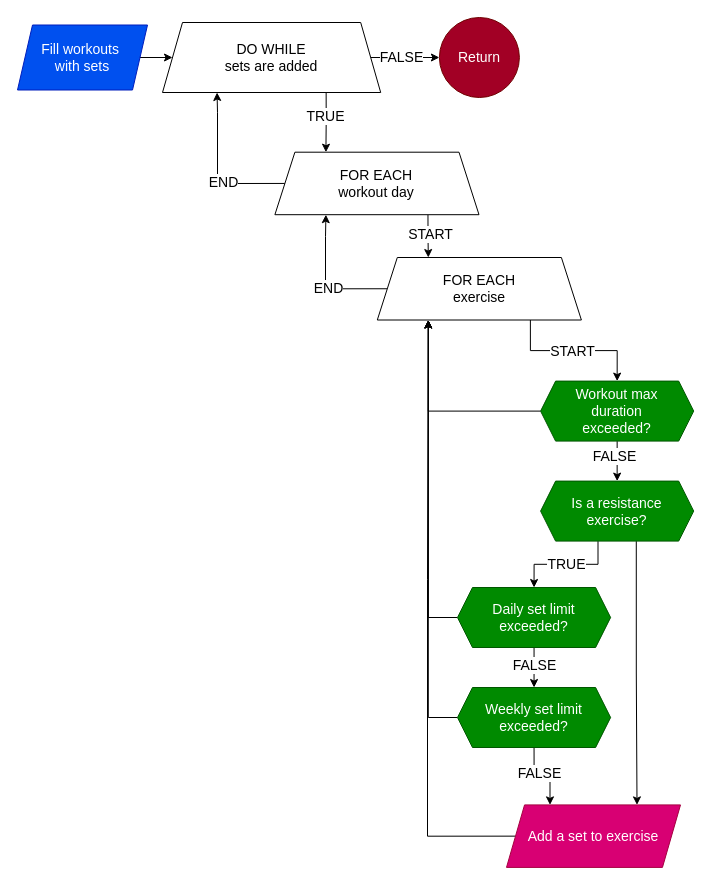
The draw.io diagram page "Fill with sets" (7 of 7) of Main/workouts.drawio in Katrine123/P1-project, before the edit. Source tidied: cells renumbered, new cells numbered last; positions are measured from the earlier drawing's top-left corner, leaving out a move shared by most shapes. Both pictures are drawn from the tidied source at 100%, with x=0, y=0 at pixel (17, 17).
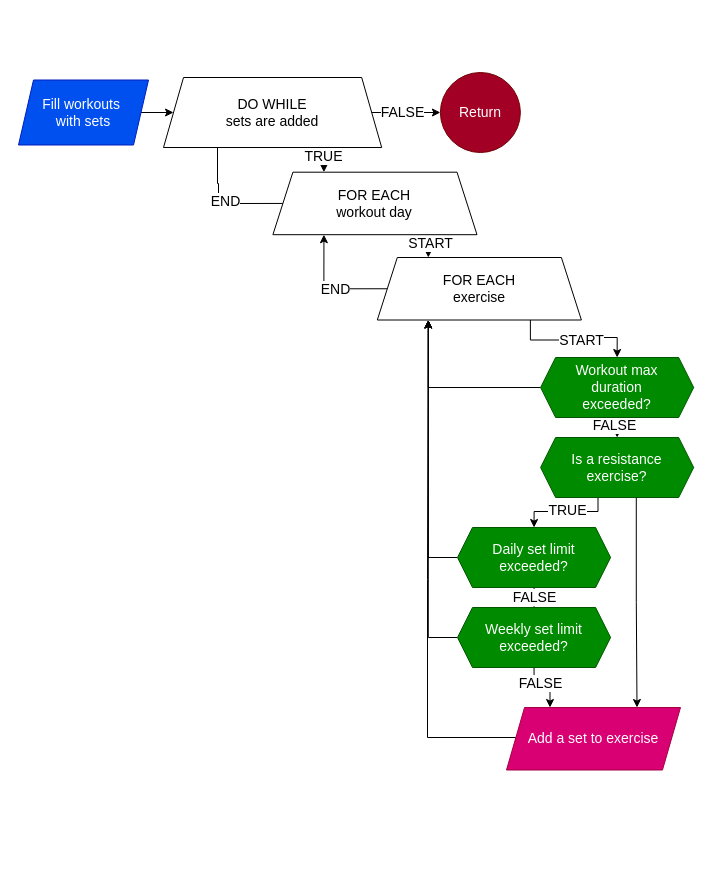
After the change.

Unchanged cells that the change refers to:
```xml
<mxCell id="9" style="edgeStyle=orthogonalEdgeStyle;rounded=0;jettySize=auto;html=1;exitX=0.75;exitY=1;exitDx=0;exitDy=0;fontFamily=lexend light;fontSize=14;fontColor=default;entryX=0.5;entryY=0;entryDx=0;entryDy=0;" parent="1" edge="1" source="13" target="36">
  <mxGeometry relative="1" as="geometry" />
</mxCell>
<mxCell id="13" value="FOR EACH&lt;div&gt;exercise&lt;/div&gt;" style="whiteSpace=wrap;html=1;fontFamily=lexend light;fontSize=14;spacingBottom=0;spacingLeft=15;spacingRight=15;shape=trapezoid;perimeter=trapezoidPerimeter;fixedSize=1;" parent="1" vertex="1">
  <mxGeometry x="359.8" y="240" width="204.1" height="62.5" as="geometry" />
</mxCell>
<mxCell id="19" style="edgeStyle=orthogonalEdgeStyle;rounded=0;jettySize=auto;html=1;exitX=0.5;exitY=1;exitDx=0;exitDy=0;entryX=0.25;entryY=0;entryDx=0;entryDy=0;fontFamily=lexend light;fontSize=14;fontColor=default;" parent="1" edge="1" source="21" target="37">
  <mxGeometry relative="1" as="geometry" />
</mxCell>
<mxCell id="24" style="edgeStyle=orthogonalEdgeStyle;rounded=0;jettySize=auto;html=1;exitX=0.75;exitY=1;exitDx=0;exitDy=0;entryX=0.25;entryY=0;entryDx=0;entryDy=0;fontFamily=lexend light;fontSize=14;fontColor=default;" parent="1" edge="1" source="28" target="8">
  <mxGeometry relative="1" as="geometry" />
</mxCell>
```

Change to the diagram source:
```diff
@@
     <mxCell id="3" value="Fill workouts&amp;nbsp;&lt;div&gt;with sets&lt;/div&gt;" style="whiteSpace=wrap;html=1;shape=parallelogram;boundedLbl=1;backgroundOutline=1;size=15;fillColor=#0050ef;fontColor=#ffffff;strokeColor=#001DBC;fontFamily=lexend light;fontSize=14;fixedSize=1;perimeter=parallelogramPerimeter;" parent="1" vertex="1">
-      <mxGeometry y="7.5" width="130" height="65" as="geometry" />
+      <mxGeometry x="1" y="62.5" width="130" height="65" as="geometry" />
     </mxCell>
@@
     <mxCell id="6" style="edgeStyle=orthogonalEdgeStyle;rounded=0;jettySize=auto;html=1;exitX=0;exitY=0.5;exitDx=0;exitDy=0;entryX=0.25;entryY=1;entryDx=0;entryDy=0;fontFamily=lexend light;fontSize=14;fontColor=default;" parent="1" edge="1" source="8" target="28">
       <mxGeometry relative="1" as="geometry">
         <Array as="points">
-          <mxPoint x="200" y="165.8" />
-          <mxPoint x="200" y="94.8" />
-          <mxPoint x="200" y="94.8" />
+          <mxPoint x="201" y="186" />
+          <mxPoint x="201" y="166" />
+          <mxPoint x="200" y="166" />
+          <mxPoint x="200" y="95" />
+          <mxPoint x="201" y="95" />
         </Array>
       </mxGeometry>
     </mxCell>
     <mxCell id="7" value="END" style="edgeLabel;html=1;align=center;verticalAlign=middle;strokeColor=default;spacingLeft=15;spacingRight=15;spacingBottom=0;fontFamily=lexend light;fontSize=14;fontColor=default;fillColor=default;" parent="6" vertex="1">
       <mxGeometry x="-0.48" y="2" relative="1" as="geometry">
-        <mxPoint x="-21" y="-3" as="offset" />
+        <mxPoint x="-8" y="-4" as="offset" />
       </mxGeometry>
     </mxCell>
     <mxCell id="8" value="FOR EACH&lt;div&gt;workout day&lt;/div&gt;" style="whiteSpace=wrap;html=1;fontFamily=lexend light;fontSize=14;spacingBottom=0;spacingLeft=15;spacingRight=15;shape=trapezoid;perimeter=trapezoidPerimeter;fixedSize=1;" parent="1" vertex="1">
-      <mxGeometry x="257.4" y="134.7" width="204.1" height="62.5" as="geometry" />
+      <mxGeometry x="255.4" y="154.7" width="204.1" height="62.5" as="geometry" />
     </mxCell>
@@
     <mxCell id="10" value="START" style="edgeLabel;html=1;align=center;verticalAlign=middle;strokeColor=default;spacingLeft=15;spacingRight=15;spacingBottom=0;fontFamily=lexend light;fontSize=14;fontColor=default;fillColor=default;" parent="9" vertex="1">
       <mxGeometry x="-0.03" y="-3" relative="1" as="geometry">
-        <mxPoint y="-3" as="offset" />
+        <mxPoint x="8" y="-3" as="offset" />
       </mxGeometry>
     </mxCell>
-    <mxCell id="11" style="edgeStyle=orthogonalEdgeStyle;rounded=0;jettySize=auto;html=1;exitX=0;exitY=0.5;exitDx=0;exitDy=0;entryX=0.25;entryY=1;entryDx=0;entryDy=0;fontFamily=lexend light;fontSize=14;fontColor=default;" parent="1" edge="1" source="13" target="8">
+    <mxCell id="11" style="edgeStyle=orthogonalEdgeStyle;rounded=0;jettySize=auto;html=1;exitX=0;exitY=0.5;exitDx=0;exitDy=0;fontFamily=lexend light;fontSize=14;fontColor=default;entryX=0.25;entryY=1;entryDx=0;entryDy=0;" parent="1" edge="1" source="13" target="8">
       <mxGeometry relative="1" as="geometry">
         <Array as="points">
-          <mxPoint x="308" y="271" />
-          <mxPoint x="308" y="219" />
-          <mxPoint x="308" y="219" />
+          <mxPoint x="311" y="271" />
+          <mxPoint x="306" y="271" />
+          <mxPoint x="306" y="217" />
         </Array>
       </mxGeometry>
     </mxCell>
     <mxCell id="12" value="END" style="edgeLabel;html=1;align=center;verticalAlign=middle;strokeColor=default;spacingLeft=15;spacingRight=15;spacingBottom=0;fontFamily=lexend light;fontSize=14;fontColor=default;fillColor=default;" parent="11" vertex="1">
       <mxGeometry x="-0.31" relative="1" as="geometry">
-        <mxPoint x="-12" y="-1" as="offset" />
+        <mxPoint x="-12" as="offset" />
       </mxGeometry>
     </mxCell>
@@
     <mxCell id="17" value="Daily set limit exceeded?" style="shape=hexagon;perimeter=hexagonPerimeter2;whiteSpace=wrap;html=1;fixedSize=1;size=15;fillColor=#008a00;fontColor=#ffffff;strokeColor=#005700;fontFamily=lexend light;fontSize=14;spacingBottom=0;spacingLeft=15;spacingRight=15;" parent="1" vertex="1">
-      <mxGeometry x="440" y="570" width="153.1" height="60" as="geometry" />
+      <mxGeometry x="440" y="510" width="153.1" height="60" as="geometry" />
     </mxCell>
@@
     <mxCell id="20" value="FALSE" style="edgeLabel;html=1;align=center;verticalAlign=middle;strokeColor=default;spacingLeft=15;spacingRight=15;spacingBottom=0;fontFamily=lexend light;fontSize=14;fontColor=default;fillColor=default;" parent="19" vertex="1">
       <mxGeometry x="-0.74" y="-1" relative="1" as="geometry">
-        <mxPoint x="6" y="15" as="offset" />
+        <mxPoint x="7" y="8" as="offset" />
       </mxGeometry>
     </mxCell>
     <mxCell id="21" value="Weekly set limit exceeded?" style="shape=hexagon;perimeter=hexagonPerimeter2;whiteSpace=wrap;html=1;fixedSize=1;size=15;fillColor=#008a00;fontColor=#ffffff;strokeColor=#005700;fontFamily=lexend light;fontSize=14;spacingBottom=0;spacingLeft=15;spacingRight=15;" parent="1" vertex="1">
-      <mxGeometry x="440" y="670" width="153.1" height="60" as="geometry" />
+      <mxGeometry x="440" y="590" width="153.1" height="60" as="geometry" />
     </mxCell>
     <mxCell id="22" style="edgeStyle=orthogonalEdgeStyle;rounded=0;jettySize=auto;html=1;exitX=0;exitY=0.5;exitDx=0;exitDy=0;entryX=0.25;entryY=1;entryDx=0;entryDy=0;fontFamily=lexend light;fontSize=14;fontColor=default;" parent="1" edge="1" source="37" target="13">
       <mxGeometry relative="1" as="geometry">
         <Array as="points">
-          <mxPoint x="410" y="819" />
+          <mxPoint x="498" y="720" />
+          <mxPoint x="410" y="720" />
           <mxPoint x="410" y="562" />
           <mxPoint x="411" y="562" />
         </Array>
       </mxGeometry>
     </mxCell>
     <mxCell id="23" value="Return" style="ellipse;whiteSpace=wrap;html=1;rounded=0;fillColor=#a20025;fontColor=#ffffff;strokeColor=#6F0000;fontFamily=lexend light;fontSize=14;spacingBottom=0;spacingLeft=15;spacingRight=15;" parent="1" vertex="1">
-      <mxGeometry x="421.9" width="80" height="80" as="geometry" />
+      <mxGeometry x="422.9" y="55" width="80" height="80" as="geometry" />
     </mxCell>
@@
     <mxCell id="25" value="TRUE" style="edgeLabel;html=1;align=center;verticalAlign=middle;strokeColor=default;spacingLeft=15;spacingRight=15;spacingBottom=0;fontFamily=lexend light;fontSize=14;fontColor=default;fillColor=default;" parent="24" vertex="1">
-      <mxGeometry x="-0.25" y="-1" relative="1" as="geometry" />
+      <mxGeometry x="-0.25" y="-1" relative="1" as="geometry">
+        <mxPoint y="2" as="offset" />
+      </mxGeometry>
     </mxCell>
@@
     <mxCell id="28" value="DO WHILE&lt;div&gt;sets are added&lt;/div&gt;" style="whiteSpace=wrap;html=1;fontFamily=lexend light;fontSize=14;spacingBottom=0;spacingLeft=15;spacingRight=15;shape=trapezoid;perimeter=trapezoidPerimeter;fixedSize=1;" parent="1" vertex="1">
-      <mxGeometry x="145" y="5" width="218.2" height="70" as="geometry" />
+      <mxGeometry x="146" y="60" width="218.2" height="70" as="geometry" />
     </mxCell>
     <mxCell id="29" style="edgeStyle=orthogonalEdgeStyle;rounded=0;jettySize=auto;html=1;exitX=0.375;exitY=1;exitDx=0;exitDy=0;entryX=0.5;entryY=0;entryDx=0;entryDy=0;fontFamily=lexend light;fontSize=14;fontColor=default;" parent="1" edge="1" source="32" target="17">
-      <mxGeometry relative="1" as="geometry" />
+      <mxGeometry relative="1" as="geometry">
+        <Array as="points">
+          <mxPoint x="581" y="494" />
+          <mxPoint x="517" y="494" />
+        </Array>
+      </mxGeometry>
     </mxCell>
     <mxCell id="30" value="TRUE" style="edgeLabel;html=1;align=center;verticalAlign=middle;strokeColor=default;spacingLeft=15;spacingRight=15;spacingBottom=0;fontFamily=lexend light;fontSize=14;fontColor=default;fillColor=default;" parent="29" vertex="1">
       <mxGeometry x="-0.75" y="-3" relative="1" as="geometry">
-        <mxPoint x="-29" y="9" as="offset" />
+        <mxPoint x="-28" y="1" as="offset" />
       </mxGeometry>
     </mxCell>
@@
     <mxCell id="32" value="Is a resistance exercise?" style="shape=hexagon;perimeter=hexagonPerimeter2;whiteSpace=wrap;html=1;fixedSize=1;size=15;fillColor=#008a00;fontColor=#ffffff;strokeColor=#005700;fontFamily=lexend light;fontSize=14;spacingBottom=0;spacingLeft=15;spacingRight=15;" parent="1" vertex="1">
-      <mxGeometry x="523.1" y="463.6" width="153.1" height="60" as="geometry" />
+      <mxGeometry x="523.1" y="420" width="153.1" height="60" as="geometry" />
     </mxCell>
@@
     <mxCell id="36" value="Workout max duration exceeded?" style="shape=hexagon;perimeter=hexagonPerimeter2;whiteSpace=wrap;html=1;fixedSize=1;size=15;fillColor=#008a00;fontColor=#ffffff;strokeColor=#005700;fontFamily=lexend light;fontSize=14;spacingBottom=0;spacingLeft=15;spacingRight=15;" parent="1" vertex="1">
-      <mxGeometry x="523.1" y="363.6" width="153.1" height="60" as="geometry" />
+      <mxGeometry x="523.1" y="340" width="153.1" height="60" as="geometry" />
     </mxCell>
     <mxCell id="37" value="Add a set to exercise" style="whiteSpace=wrap;html=1;fontFamily=lexend light;fontSize=14;spacingBottom=0;spacingLeft=15;spacingRight=15;fillColor=#d80073;fontColor=#ffffff;strokeColor=#A50040;shape=parallelogram;fixedSize=1;size=18.050000000000182;perimeter=parallelogramPerimeter;" parent="1" vertex="1">
-      <mxGeometry x="489" y="787.4" width="174" height="62.5" as="geometry" />
+      <mxGeometry x="489" y="690" width="174" height="62.5" as="geometry" />
     </mxCell>
```
